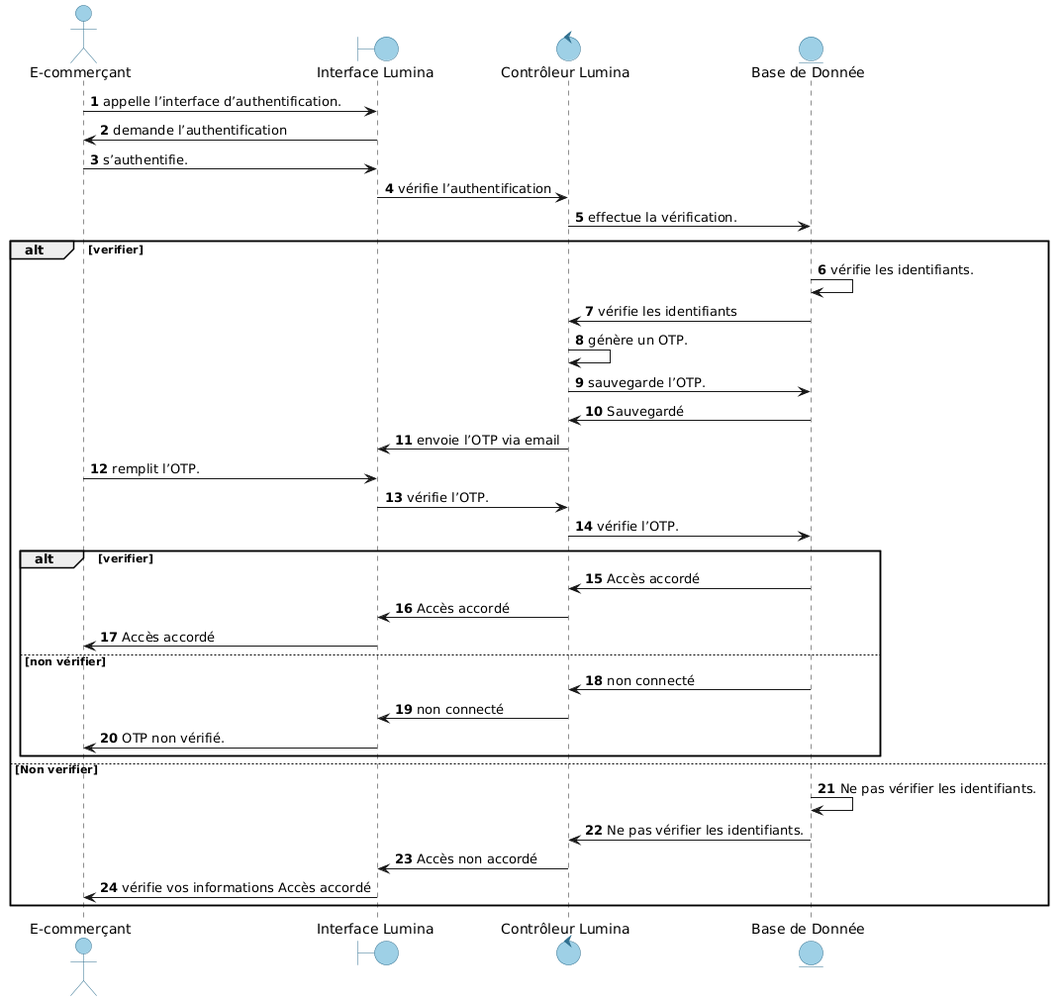
This is conception/sequence2FA/authentification_user sequence diagramuser.png from MahdiBelguith/E-commerce-Lunmina, a PlantUML export, as it was before one commit. Source of this version:
```plantuml
@startuml
autonumber
skinparam backgroundColor white

skinparam participant {
    BackgroundColor #9ED0E6
    BorderColor #2F6F8F
    FontColor black
}

skinparam actor {
    BackgroundColor #9ED0E6
    BorderColor #2F6F8F
    FontColor black
}

skinparam entity {
    BackgroundColor #9ED0E6
    BorderColor #2F6F8F
    FontColor black
}

skinparam boundary {
    BackgroundColor #9ED0E6
    BorderColor #2F6F8F
    FontColor black
}
skinparam control {
    BackgroundColor #9ED0E6
    BorderColor #2F6F8F
    FontColor black
}
actor "E-commerçant" as User
boundary "Interface Lumina" as UI
control "Contrôleur Lumina" as Controller
Entity "Base de Donnée" as DB

User -> UI :  appelle l’interface d’authentification.
UI -> User : demande l’authentification
User -> UI : s’authentifie.
UI -> Controller : vérifie l’authentification
Controller -> DB : effectue la vérification.
alt verifier
    DB -> DB : vérifie les identifiants.
    DB -> Controller : vérifie les identifiants
    Controller -> Controller : génère un OTP.
    Controller ->DB : sauvegarde l’OTP.
    DB -> Controller :Sauvegardé
    Controller -> UI : envoie l’OTP via email
    User -> UI : remplit l’OTP.
    UI -> Controller : vérifie l’OTP.
    Controller -> DB : vérifie l’OTP.
    alt verifier
        DB -> Controller : Accès accordé
        Controller-> UI : Accès accordé
        UI -> User : Accès accordé
    else non vérifier
        DB -> Controller :non connecté
        Controller -> UI :non connecté
        UI -> User : OTP non vérifié.
    end
else Non verifier
    DB -> DB : Ne pas vérifier les identifiants.
    DB -> Controller : Ne pas vérifier les identifiants.
    Controller -> UI :  Accès non accordé
    UI -> User : vérifie vos informations Accès accordé
end
@enduml
```
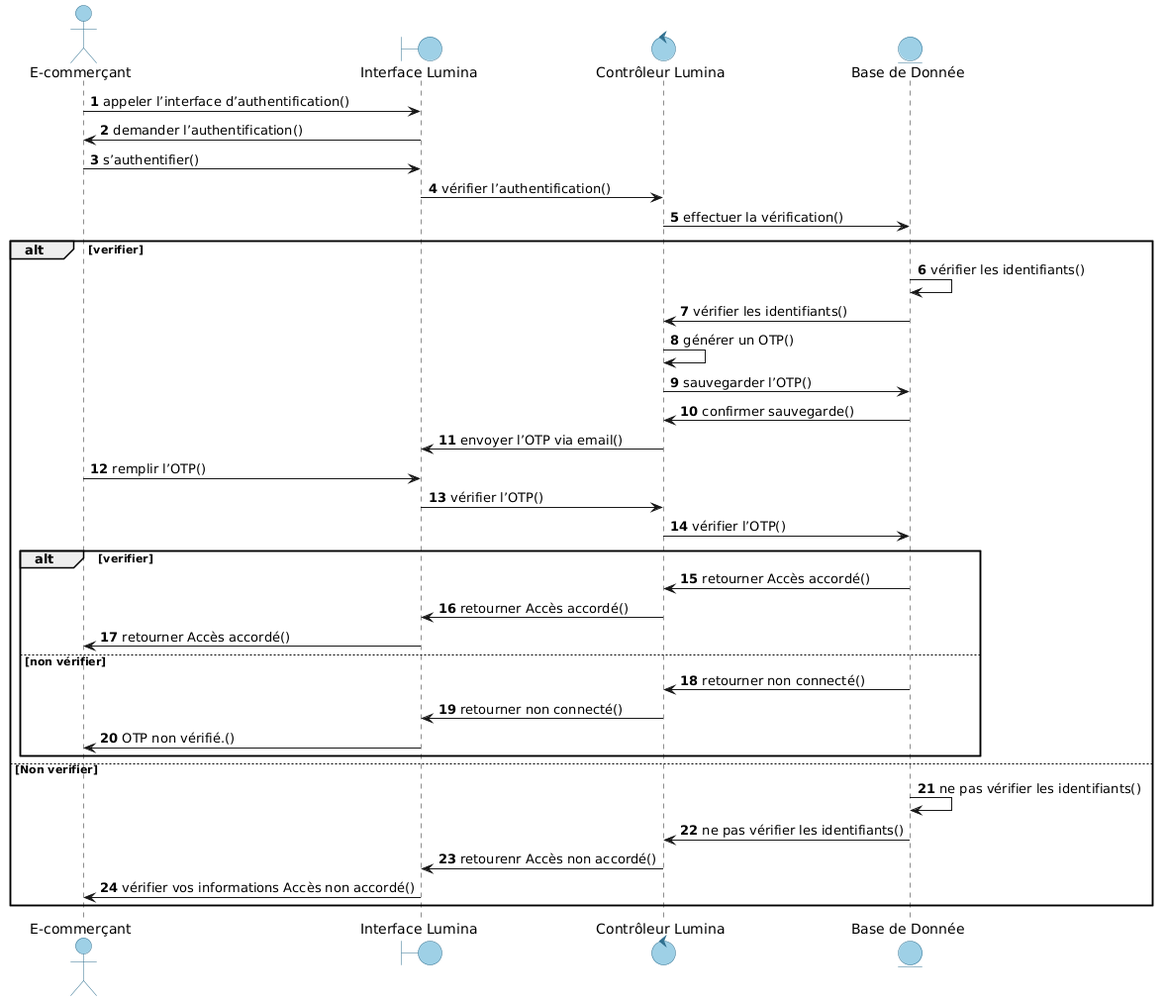
After the commit.

Change to the diagram source:
```diff
@@ -35,34 +35,34 @@
 control "Contrôleur Lumina" as Controller
 Entity "Base de Donnée" as DB
 
-User -> UI :  appelle l’interface d’authentification.
-UI -> User : demande l’authentification
-User -> UI : s’authentifie.
-UI -> Controller : vérifie l’authentification
-Controller -> DB : effectue la vérification.
+User -> UI : appeler l’interface d’authentification()
+UI -> User : demander l’authentification()
+User -> UI : s’authentifier()
+UI -> Controller : vérifier l’authentification()
+Controller -> DB : effectuer la vérification()
 alt verifier
-    DB -> DB : vérifie les identifiants.
-    DB -> Controller : vérifie les identifiants
-    Controller -> Controller : génère un OTP.
-    Controller ->DB : sauvegarde l’OTP.
-    DB -> Controller :Sauvegardé
-    Controller -> UI : envoie l’OTP via email
-    User -> UI : remplit l’OTP.
-    UI -> Controller : vérifie l’OTP.
-    Controller -> DB : vérifie l’OTP.
+    DB -> DB : vérifier les identifiants()
+    DB -> Controller : vérifier les identifiants()
+    Controller -> Controller : générer un OTP()
+    Controller ->DB : sauvegarder l’OTP()
+    DB -> Controller : confirmer sauvegarde()
+    Controller -> UI : envoyer l’OTP via email()
+    User -> UI : remplir l’OTP()
+    UI -> Controller : vérifier l’OTP()
+    Controller -> DB : vérifier l’OTP()
     alt verifier
-        DB -> Controller : Accès accordé
-        Controller-> UI : Accès accordé
-        UI -> User : Accès accordé
+        DB -> Controller : retourner Accès accordé()
+        Controller-> UI : retourner Accès accordé()
+        UI -> User : retourner Accès accordé()
     else non vérifier
-        DB -> Controller :non connecté
-        Controller -> UI :non connecté
-        UI -> User : OTP non vérifié.
+        DB -> Controller : retourner non connecté()
+        Controller -> UI : retourner non connecté()
+        UI -> User : OTP non vérifié.()
     end
 else Non verifier
-    DB -> DB : Ne pas vérifier les identifiants.
-    DB -> Controller : Ne pas vérifier les identifiants.
-    Controller -> UI :  Accès non accordé
-    UI -> User : vérifie vos informations Accès accordé
+    DB -> DB : ne pas vérifier les identifiants()
+    DB -> Controller : ne pas vérifier les identifiants()
+    Controller -> UI : retourenr Accès non accordé()
+    UI -> User : vérifier vos informations Accès non accordé()
 end
 @enduml
```
